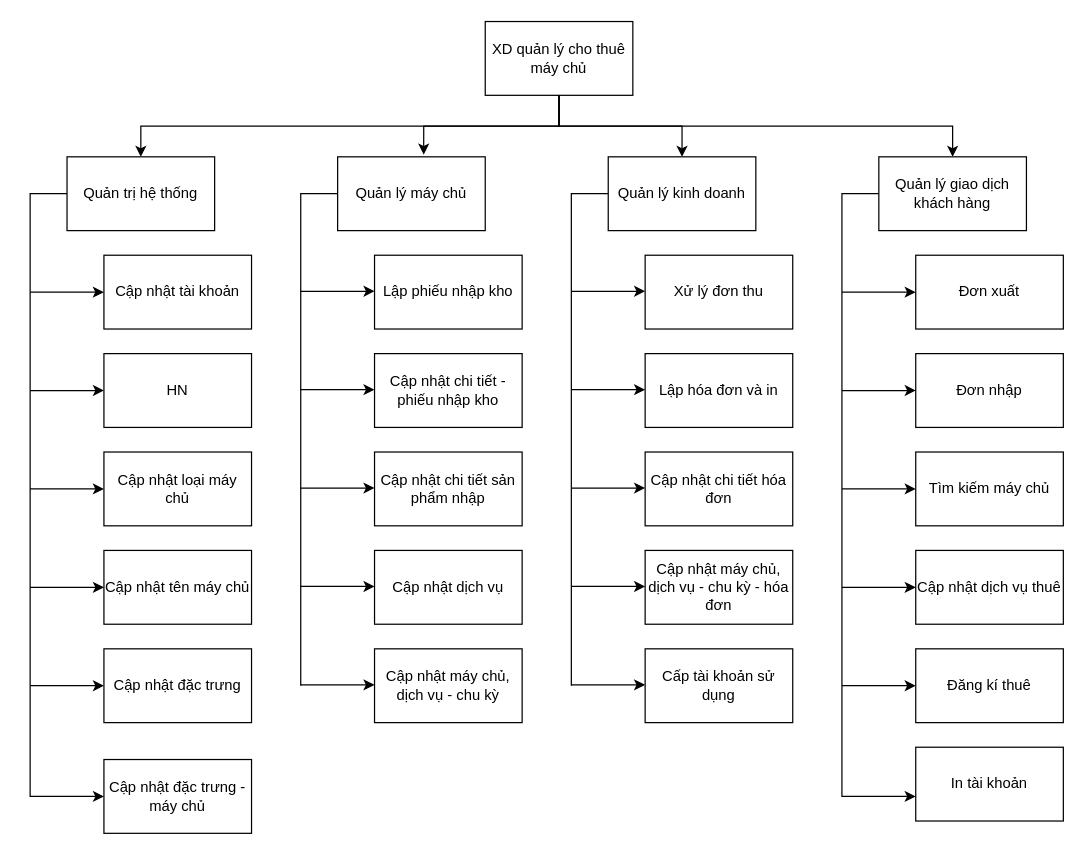
Above: XD quan ly cho thue may chu.drawio in frozenproof/dactaphanmem (draw.io), before the change. Source tidied: cells renumbered, new cells numbered last; positions are measured from the earlier drawing's top-left corner, leaving out a move shared by most shapes. Both pictures are drawn from the tidied source at 123%, with x=0, y=0 at pixel (30, 21).
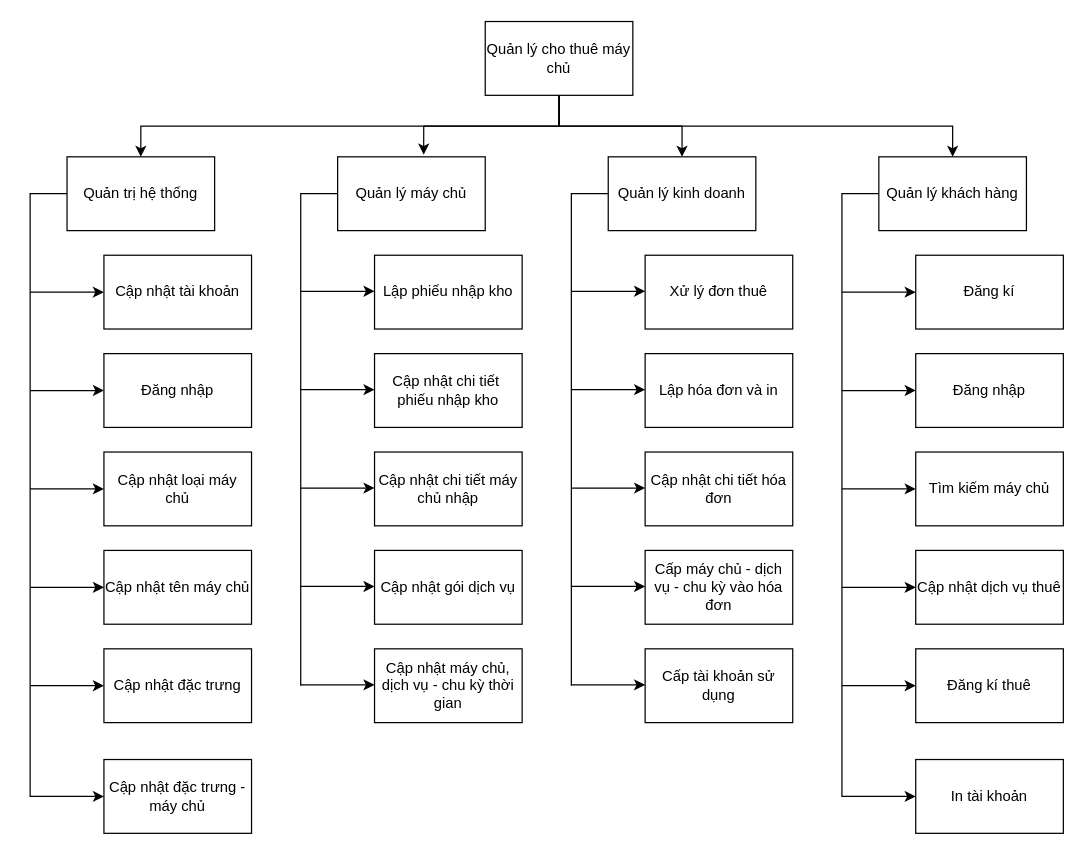
Above is the later version.

Change to the diagram source:
```diff
@@
-    <mxCell id="5" value="XD quản lý cho thuê máy chủ" style="rounded=0;whiteSpace=wrap;html=1;" parent="1" vertex="1">
+    <mxCell id="5" value="Quản lý cho thuê máy chủ" style="rounded=0;whiteSpace=wrap;html=1;" parent="1" vertex="1">
       <mxGeometry x="370" width="120" height="60" as="geometry" />
     </mxCell>
@@
-    <mxCell id="9" value="HN" style="rounded=0;whiteSpace=wrap;html=1;" parent="1" vertex="1">
+    <mxCell id="9" value="Đăng nhập" style="rounded=0;whiteSpace=wrap;html=1;" parent="1" vertex="1">
       <mxGeometry x="60" y="270" width="120" height="60" as="geometry" />
     </mxCell>
@@
-    <mxCell id="16" value="Cập nhật chi tiết - phiếu nhập kho" style="rounded=0;whiteSpace=wrap;html=1;" parent="1" vertex="1">
+    <mxCell id="16" value="Cập nhật chi tiết&amp;nbsp; phiếu nhập kho" style="rounded=0;whiteSpace=wrap;html=1;" parent="1" vertex="1">
       <mxGeometry x="280" y="270" width="120" height="60" as="geometry" />
     </mxCell>
-    <mxCell id="17" value="Cập nhật chi tiết sản phẩm nhập" style="rounded=0;whiteSpace=wrap;html=1;" parent="1" vertex="1">
+    <mxCell id="17" value="Cập nhật chi tiết máy chủ nhập" style="rounded=0;whiteSpace=wrap;html=1;" parent="1" vertex="1">
       <mxGeometry x="280" y="350" width="120" height="60" as="geometry" />
     </mxCell>
-    <mxCell id="18" value="Cập nhật dịch vụ" style="rounded=0;whiteSpace=wrap;html=1;" parent="1" vertex="1">
+    <mxCell id="18" value="Cập nhật gói dịch vụ" style="rounded=0;whiteSpace=wrap;html=1;" parent="1" vertex="1">
       <mxGeometry x="280" y="430" width="120" height="60" as="geometry" />
     </mxCell>
-    <mxCell id="19" value="Cập nhật máy chủ, dịch vụ - chu kỳ" style="rounded=0;whiteSpace=wrap;html=1;" parent="1" vertex="1">
+    <mxCell id="19" value="Cập nhật máy chủ, dịch vụ - chu kỳ thời gian" style="rounded=0;whiteSpace=wrap;html=1;" parent="1" vertex="1">
       <mxGeometry x="280" y="510" width="120" height="60" as="geometry" />
     </mxCell>
@@
-    <mxCell id="21" value="Xử lý đơn thu" style="rounded=0;whiteSpace=wrap;html=1;" parent="1" vertex="1">
+    <mxCell id="21" value="Xử lý đơn thuê" style="rounded=0;whiteSpace=wrap;html=1;" parent="1" vertex="1">
       <mxGeometry x="500" y="190" width="120" height="60" as="geometry" />
     </mxCell>
-    <mxCell id="22" value="Quản lý giao dịch khách hàng" style="rounded=0;whiteSpace=wrap;html=1;" parent="1" vertex="1">
+    <mxCell id="22" value="Quản lý khách hàng" style="rounded=0;whiteSpace=wrap;html=1;" parent="1" vertex="1">
       <mxGeometry x="690" y="110" width="120" height="60" as="geometry" />
     </mxCell>
-    <mxCell id="23" value="Đơn xuất" style="rounded=0;whiteSpace=wrap;html=1;" parent="1" vertex="1">
+    <mxCell id="23" value="Đăng kí" style="rounded=0;whiteSpace=wrap;html=1;" parent="1" vertex="1">
       <mxGeometry x="720" y="190" width="120" height="60" as="geometry" />
     </mxCell>
-    <mxCell id="24" value="Đơn nhập" style="rounded=0;whiteSpace=wrap;html=1;" parent="1" vertex="1">
+    <mxCell id="24" value="Đăng nhập" style="rounded=0;whiteSpace=wrap;html=1;" parent="1" vertex="1">
       <mxGeometry x="720" y="270" width="120" height="60" as="geometry" />
     </mxCell>
@@
     <mxCell id="28" value="In tài khoản" style="rounded=0;whiteSpace=wrap;html=1;" parent="1" vertex="1">
-      <mxGeometry x="720" y="590" width="120" height="60" as="geometry" />
+      <mxGeometry x="720" y="600" width="120" height="60" as="geometry" />
     </mxCell>
@@
-    <mxCell id="31" value="Cập nhật máy chủ, dịch vụ - chu kỳ - hóa đơn" style="rounded=0;whiteSpace=wrap;html=1;" parent="1" vertex="1">
+    <mxCell id="31" value="Cấp máy chủ - dịch vụ - chu kỳ vào hóa đơn" style="rounded=0;whiteSpace=wrap;html=1;" parent="1" vertex="1">
       <mxGeometry x="500" y="430" width="120" height="60" as="geometry" />
     </mxCell>
```
